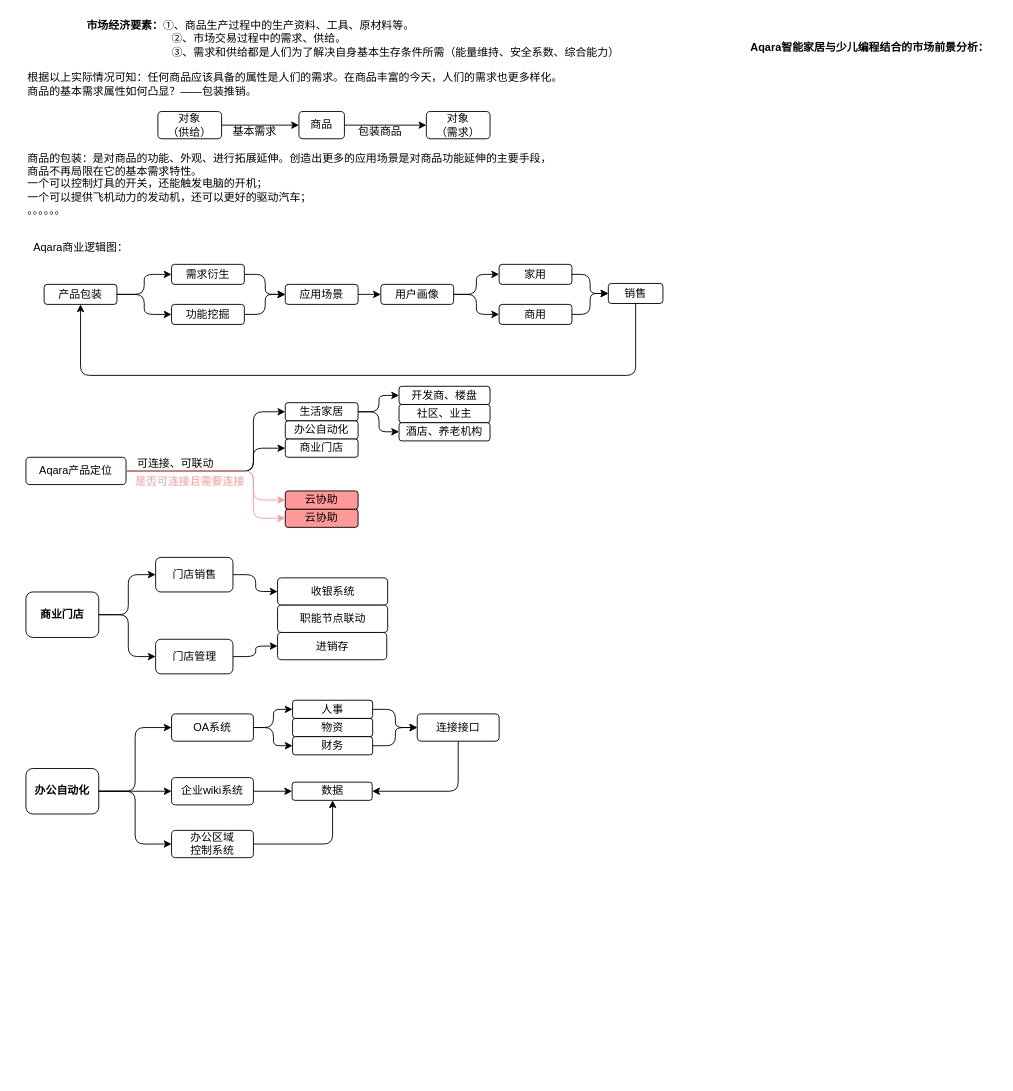
This is Aqara商业逻辑.drawio from UTOUUCENTER-CD/Adv-Mathematics, a draw.io file, before an edit. Source tidied: cells renumbered, new cells numbered last; positions are measured from the earlier drawing's top-left corner, leaving out a move shared by most shapes. Both pictures are drawn from the tidied source at 91%, with x=0, y=0 at pixel (0, 15).
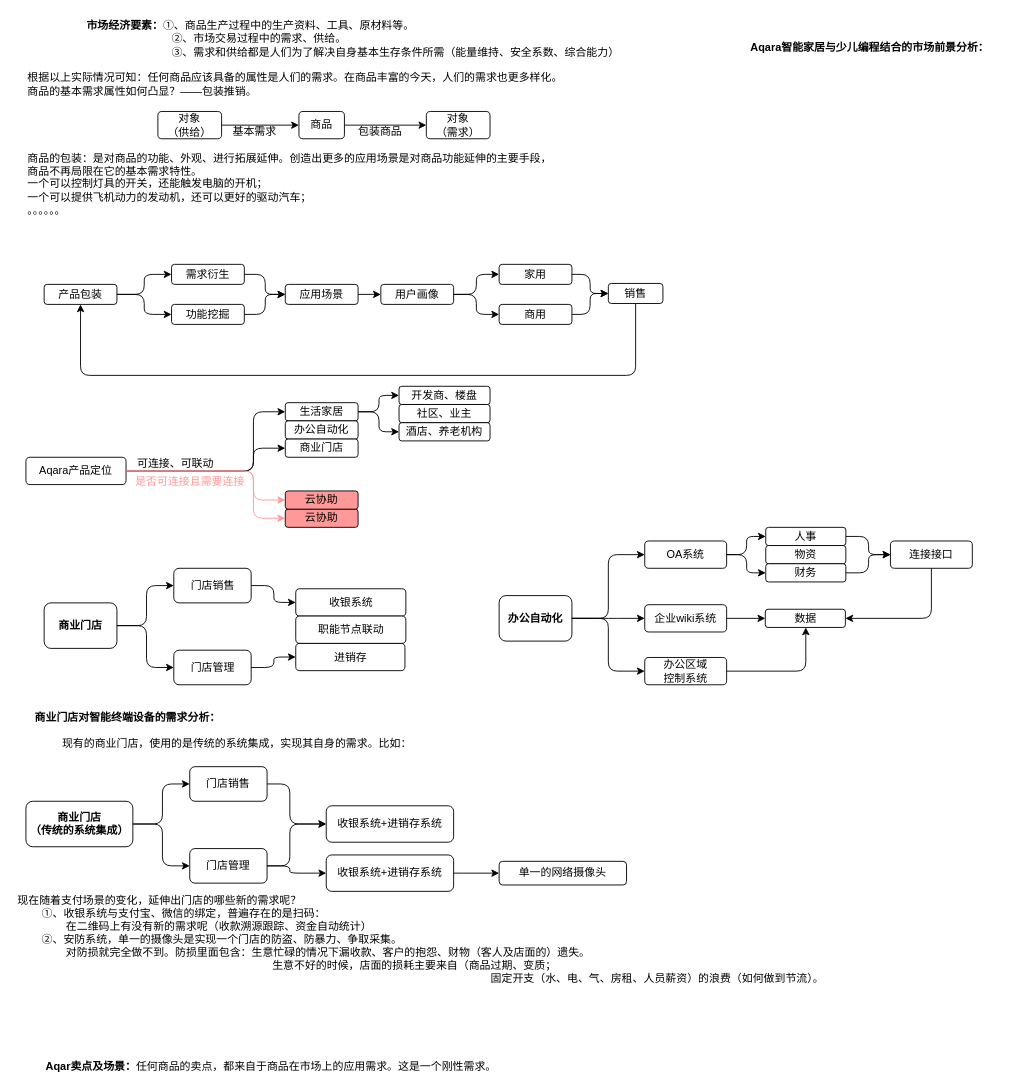
Above is the later version.

Change to the diagram source:
```diff
@@
     <mxCell id="6" value="&lt;b&gt;商业门店&lt;/b&gt;" style="rounded=1;whiteSpace=wrap;html=1;" parent="1" vertex="1">
-      <mxGeometry x="28" y="633" width="80" height="50" as="geometry" />
+      <mxGeometry x="48" y="645" width="80" height="50" as="geometry" />
     </mxCell>
     <mxCell id="7" value="收银系统" style="rounded=1;whiteSpace=wrap;html=1;" parent="1" vertex="1">
-      <mxGeometry x="304.5" y="617.5" width="121" height="30" as="geometry" />
+      <mxGeometry x="324.5" y="629.5" width="121" height="30" as="geometry" />
     </mxCell>
@@
     <mxCell id="18" value="门店销售" style="rounded=1;whiteSpace=wrap;html=1;" parent="1" vertex="1">
-      <mxGeometry x="170.5" y="595" width="85" height="38" as="geometry" />
+      <mxGeometry x="190.5" y="607" width="85" height="38" as="geometry" />
     </mxCell>
     <mxCell id="19" value="门店管理" style="rounded=1;whiteSpace=wrap;html=1;" parent="1" vertex="1">
-      <mxGeometry x="170.5" y="685" width="85" height="38" as="geometry" />
+      <mxGeometry x="190.5" y="697" width="85" height="38" as="geometry" />
     </mxCell>
     <mxCell id="20" value="进销存" style="rounded=1;whiteSpace=wrap;html=1;" parent="1" vertex="1">
-      <mxGeometry x="304.5" y="677.5" width="120" height="30" as="geometry" />
+      <mxGeometry x="324.5" y="689.5" width="120" height="30" as="geometry" />
     </mxCell>
     <mxCell id="21" value="职能节点联动" style="rounded=1;whiteSpace=wrap;html=1;" parent="1" vertex="1">
-      <mxGeometry x="304.5" y="647.5" width="121" height="30" as="geometry" />
+      <mxGeometry x="324.5" y="659.5" width="121" height="30" as="geometry" />
     </mxCell>
-    <mxCell id="22" value="Aqara商业逻辑图：&lt;br&gt;" style="text;html=1;align=center;verticalAlign=middle;" parent="1" vertex="1">
-      <mxGeometry x="28" y="245" width="120" height="20" as="geometry" />
+    <mxCell id="22" value="Aqar卖点及场景：&lt;span style=&quot;font-weight: normal&quot;&gt;任何商品的卖点，都来自于商品在市场上的应用需求。这是一个刚性需求。&lt;/span&gt;" style="text;html=1;align=left;verticalAlign=middle;fontStyle=1;" parent="1" vertex="1">
+      <mxGeometry x="48" y="1145" width="510" height="20" as="geometry" />
     </mxCell>
@@
     <mxCell id="50" style="edgeStyle=elbowEdgeStyle;elbow=horizontal;endArrow=classic;html=1;exitX=1;exitY=0.5;exitDx=0;exitDy=0;entryX=0;entryY=0.5;entryDx=0;entryDy=0;" parent="1" edge="1" source="6" target="18">
       <mxGeometry relative="1" as="geometry">
         <Array as="points">
-          <mxPoint x="140.5" y="645" />
-          <mxPoint x="30.5" y="445" />
-          <mxPoint x="0.5" y="435" />
+          <mxPoint x="160.5" y="657" />
+          <mxPoint x="50.5" y="457" />
+          <mxPoint x="20.5" y="447" />
         </Array>
       </mxGeometry>
     </mxCell>
     <mxCell id="51" style="edgeStyle=elbowEdgeStyle;elbow=horizontal;endArrow=classic;html=1;exitX=1;exitY=0.5;exitDx=0;exitDy=0;entryX=0;entryY=0.5;entryDx=0;entryDy=0;" parent="1" edge="1" source="6" target="19">
       <mxGeometry relative="1" as="geometry">
         <Array as="points">
-          <mxPoint x="140.5" y="675" />
-          <mxPoint x="40.5" y="455" />
-          <mxPoint x="10.5" y="445" />
+          <mxPoint x="160.5" y="687" />
+          <mxPoint x="60.5" y="467" />
+          <mxPoint x="30.5" y="457" />
         </Array>
       </mxGeometry>
     </mxCell>
     <mxCell id="52" style="edgeStyle=elbowEdgeStyle;elbow=horizontal;endArrow=classic;html=1;exitX=1;exitY=0.5;exitDx=0;exitDy=0;entryX=0;entryY=0.5;entryDx=0;entryDy=0;" parent="1" edge="1" source="18" target="7">
       <mxGeometry relative="1" as="geometry">
         <Array as="points">
-          <mxPoint x="280.5" y="614" />
-          <mxPoint x="50.5" y="465" />
-          <mxPoint x="20.5" y="455" />
+          <mxPoint x="300.5" y="626" />
+          <mxPoint x="70.5" y="477" />
+          <mxPoint x="40.5" y="467" />
         </Array>
       </mxGeometry>
     </mxCell>
     <mxCell id="53" style="edgeStyle=elbowEdgeStyle;elbow=horizontal;endArrow=classic;html=1;exitX=1;exitY=0.5;exitDx=0;exitDy=0;entryX=0;entryY=0.5;entryDx=0;entryDy=0;" parent="1" edge="1" source="19" target="20">
       <mxGeometry relative="1" as="geometry">
         <Array as="points">
-          <mxPoint x="280.5" y="704" />
-          <mxPoint x="170.5" y="675" />
-          <mxPoint x="60.5" y="475" />
-          <mxPoint x="30.5" y="465" />
+          <mxPoint x="300.5" y="716" />
+          <mxPoint x="190.5" y="687" />
+          <mxPoint x="80.5" y="487" />
+          <mxPoint x="50.5" y="477" />
         </Array>
       </mxGeometry>
     </mxCell>
     <mxCell id="54" value="&lt;b&gt;办公自动化&lt;/b&gt;" style="rounded=1;whiteSpace=wrap;html=1;" parent="1" vertex="1">
-      <mxGeometry x="28" y="827" width="80" height="50" as="geometry" />
+      <mxGeometry x="548" y="637" width="80" height="50" as="geometry" />
     </mxCell>
     <mxCell id="55" value="OA系统" style="rounded=1;whiteSpace=wrap;html=1;" parent="1" vertex="1">
-      <mxGeometry x="188" y="767" width="90" height="30" as="geometry" />
+      <mxGeometry x="708" y="577" width="90" height="30" as="geometry" />
     </mxCell>
@@
     <mxCell id="57" value="企业wiki系统" style="rounded=1;whiteSpace=wrap;html=1;" parent="1" vertex="1">
-      <mxGeometry x="188" y="837" width="90" height="30" as="geometry" />
+      <mxGeometry x="708" y="647" width="90" height="30" as="geometry" />
     </mxCell>
     <mxCell id="58" value="办公区域&lt;br&gt;控制系统" style="rounded=1;whiteSpace=wrap;html=1;" parent="1" vertex="1">
-      <mxGeometry x="188" y="895" width="90" height="30" as="geometry" />
+      <mxGeometry x="708" y="705" width="90" height="30" as="geometry" />
     </mxCell>
     <mxCell id="59" value="人事" style="rounded=1;whiteSpace=wrap;html=1;" parent="1" vertex="1">
-      <mxGeometry x="321" y="752" width="88" height="20" as="geometry" />
+      <mxGeometry x="841" y="562" width="88" height="20" as="geometry" />
     </mxCell>
     <mxCell id="60" value="物资" style="rounded=1;whiteSpace=wrap;html=1;" parent="1" vertex="1">
-      <mxGeometry x="321" y="772" width="88" height="20" as="geometry" />
+      <mxGeometry x="841" y="582" width="88" height="20" as="geometry" />
     </mxCell>
     <mxCell id="61" value="财务" style="rounded=1;whiteSpace=wrap;html=1;" parent="1" vertex="1">
-      <mxGeometry x="321" y="792" width="88" height="20" as="geometry" />
+      <mxGeometry x="841" y="602" width="88" height="20" as="geometry" />
     </mxCell>
     <mxCell id="62" value="数据" style="rounded=1;whiteSpace=wrap;html=1;" parent="1" vertex="1">
-      <mxGeometry x="320.5" y="842" width="88" height="20" as="geometry" />
+      <mxGeometry x="840.5" y="652" width="88" height="20" as="geometry" />
     </mxCell>
@@
     <mxCell id="69" value="连接接口" style="rounded=1;whiteSpace=wrap;html=1;" parent="1" vertex="1">
-      <mxGeometry x="458" y="767" width="90" height="30" as="geometry" />
+      <mxGeometry x="978" y="577" width="90" height="30" as="geometry" />
     </mxCell>
     <mxCell id="70" style="edgeStyle=elbowEdgeStyle;elbow=horizontal;endArrow=classic;html=1;exitX=0.5;exitY=1;exitDx=0;exitDy=0;entryX=1;entryY=0.5;entryDx=0;entryDy=0;" parent="1" edge="1" source="69" target="62">
       <mxGeometry relative="1" as="geometry">
         <Array as="points">
-          <mxPoint x="503" y="815" />
+          <mxPoint x="1023" y="625" />
         </Array>
       </mxGeometry>
     </mxCell>
     <mxCell id="71" style="edgeStyle=elbowEdgeStyle;elbow=horizontal;endArrow=classic;html=1;exitX=1;exitY=0.5;exitDx=0;exitDy=0;" parent="1" edge="1" source="58">
       <mxGeometry relative="1" as="geometry">
-        <mxPoint x="365" y="862" as="targetPoint" />
+        <mxPoint x="885" y="672" as="targetPoint" />
         <Array as="points">
-          <mxPoint x="365" y="895" />
+          <mxPoint x="885" y="705" />
         </Array>
       </mxGeometry>
     </mxCell>
@@
+    <mxCell id="78" value="&lt;b&gt;商业门店对智能终端设备的需求分析：&lt;/b&gt;&lt;br&gt;&lt;br&gt;&amp;nbsp; &amp;nbsp; &amp;nbsp; &amp;nbsp; &amp;nbsp;现有的商业门店，使用的是传统的系统集成，实现其自身的需求。比如：" style="text;html=1;align=left;verticalAlign=middle;" parent="1" vertex="1">
+      <mxGeometry x="35.5" y="760" width="430" height="50" as="geometry" />
+    </mxCell>
+    <mxCell id="79" value="收银系统+进销存系统" style="rounded=1;whiteSpace=wrap;html=1;" parent="1" vertex="1">
+      <mxGeometry x="358" y="868" width="140" height="40" as="geometry" />
+    </mxCell>
+    <mxCell id="80" value="&lt;b&gt;商业门店&lt;br&gt;（传统的系统集成）&lt;br&gt;&lt;/b&gt;" style="rounded=1;whiteSpace=wrap;html=1;" parent="1" vertex="1">
+      <mxGeometry x="28" y="863" width="117.5" height="50" as="geometry" />
+    </mxCell>
+    <mxCell id="81" value="门店销售" style="rounded=1;whiteSpace=wrap;html=1;" parent="1" vertex="1">
+      <mxGeometry x="208" y="825" width="85" height="38" as="geometry" />
+    </mxCell>
+    <mxCell id="82" value="门店管理" style="rounded=1;whiteSpace=wrap;html=1;" parent="1" vertex="1">
+      <mxGeometry x="208" y="915" width="85" height="38" as="geometry" />
+    </mxCell>
+    <mxCell id="83" style="edgeStyle=elbowEdgeStyle;elbow=horizontal;endArrow=classic;html=1;exitX=1;exitY=0.5;exitDx=0;exitDy=0;entryX=0;entryY=0.5;entryDx=0;entryDy=0;" parent="1" edge="1" source="80" target="81">
+      <mxGeometry relative="1" as="geometry">
+        <Array as="points">
+          <mxPoint x="178" y="875" />
+          <mxPoint x="68" y="675" />
+          <mxPoint x="38" y="665" />
+        </Array>
+      </mxGeometry>
+    </mxCell>
+    <mxCell id="84" style="edgeStyle=elbowEdgeStyle;elbow=horizontal;endArrow=classic;html=1;exitX=1;exitY=0.5;exitDx=0;exitDy=0;entryX=0;entryY=0.5;entryDx=0;entryDy=0;" parent="1" edge="1" source="80" target="82">
+      <mxGeometry relative="1" as="geometry">
+        <Array as="points">
+          <mxPoint x="178" y="905" />
+          <mxPoint x="78" y="685" />
+          <mxPoint x="48" y="675" />
+        </Array>
+      </mxGeometry>
+    </mxCell>
+    <mxCell id="85" style="edgeStyle=elbowEdgeStyle;elbow=horizontal;endArrow=classic;html=1;exitX=1;exitY=0.5;exitDx=0;exitDy=0;entryX=0;entryY=0.5;entryDx=0;entryDy=0;" parent="1" edge="1" source="81" target="79">
+      <mxGeometry relative="1" as="geometry">
+        <Array as="points">
+          <mxPoint x="318" y="844" />
+          <mxPoint x="88" y="695" />
+          <mxPoint x="58" y="685" />
+        </Array>
+      </mxGeometry>
+    </mxCell>
+    <mxCell id="86" style="edgeStyle=elbowEdgeStyle;elbow=horizontal;endArrow=classic;html=1;exitX=1;exitY=0.5;exitDx=0;exitDy=0;entryX=0;entryY=0.5;entryDx=0;entryDy=0;" parent="1" edge="1" source="82" target="79">
+      <mxGeometry relative="1" as="geometry">
+        <Array as="points">
+          <mxPoint x="318" y="934" />
+          <mxPoint x="208" y="905" />
+          <mxPoint x="98" y="705" />
+          <mxPoint x="68" y="695" />
+        </Array>
+      </mxGeometry>
+    </mxCell>
+    <mxCell id="87" value="单一的网络摄像头" style="rounded=1;whiteSpace=wrap;html=1;" parent="1" vertex="1">
+      <mxGeometry x="548" y="929" width="140" height="26" as="geometry" />
+    </mxCell>
+    <mxCell id="88" value="收银系统+进销存系统" style="rounded=1;whiteSpace=wrap;html=1;" parent="1" vertex="1">
+      <mxGeometry x="358" y="922" width="140" height="40" as="geometry" />
+    </mxCell>
+    <mxCell id="89" style="edgeStyle=elbowEdgeStyle;elbow=horizontal;endArrow=classic;html=1;exitX=1;exitY=0.5;exitDx=0;exitDy=0;entryX=0;entryY=0.5;entryDx=0;entryDy=0;" parent="1" edge="1" source="82" target="88">
+      <mxGeometry relative="1" as="geometry">
+        <Array as="points">
+          <mxPoint x="318" y="935" />
+          <mxPoint x="88" y="695" />
+          <mxPoint x="58" y="685" />
+        </Array>
+      </mxGeometry>
+    </mxCell>
+    <mxCell id="90" style="edgeStyle=elbowEdgeStyle;elbow=horizontal;endArrow=classic;html=1;entryX=0;entryY=0.5;entryDx=0;entryDy=0;exitX=1;exitY=0.5;exitDx=0;exitDy=0;" parent="1" edge="1" source="88" target="87">
+      <mxGeometry relative="1" as="geometry">
+        <Array as="points">
+          <mxPoint x="518" y="942" />
+          <mxPoint x="98" y="705" />
+          <mxPoint x="68" y="695" />
+        </Array>
+      </mxGeometry>
+    </mxCell>
+    <mxCell id="91" value="现在随着支付场景的变化，延伸出门店的哪些新的需求呢？&lt;br&gt;&amp;nbsp; &amp;nbsp; &amp;nbsp; &amp;nbsp; ①、收银系统与支付宝、微信的绑定，普遍存在的是扫码：&lt;br&gt;&amp;nbsp; &amp;nbsp; &amp;nbsp; &amp;nbsp; &amp;nbsp; &amp;nbsp; &amp;nbsp; &amp;nbsp; 在二维码上有没有新的需求呢（收款溯源跟踪、资金自动统计）&lt;br&gt;&amp;nbsp; &amp;nbsp; &amp;nbsp; &amp;nbsp; ②、安防系统，单一的摄像头是实现一个门店的防盗、防暴力、争取采集。&lt;br&gt;&amp;nbsp; &amp;nbsp; &amp;nbsp; &amp;nbsp; &amp;nbsp; &amp;nbsp; &amp;nbsp; &amp;nbsp; 对防损就完全做不到。防损里面包含：生意忙碌的情况下漏收款、客户的抱怨、财物（客人及店面的）遗失。&lt;br&gt;&amp;nbsp; &amp;nbsp; &amp;nbsp; &amp;nbsp; &amp;nbsp; &amp;nbsp; &amp;nbsp; &amp;nbsp; &amp;nbsp; &amp;nbsp; &amp;nbsp; &amp;nbsp; &amp;nbsp; &amp;nbsp; &amp;nbsp; &amp;nbsp; &amp;nbsp; &amp;nbsp; &amp;nbsp; &amp;nbsp; &amp;nbsp; &amp;nbsp; &amp;nbsp; &amp;nbsp; &amp;nbsp; &amp;nbsp; &amp;nbsp; &amp;nbsp; &amp;nbsp; &amp;nbsp; &amp;nbsp; &amp;nbsp; &amp;nbsp; &amp;nbsp; &amp;nbsp; &amp;nbsp; &amp;nbsp; &amp;nbsp; &amp;nbsp; &amp;nbsp; &amp;nbsp; &amp;nbsp; 生意不好的时候，店面的损耗主要来自（商品过期、变质；&lt;br&gt;&amp;nbsp; &amp;nbsp; &amp;nbsp; &amp;nbsp; &amp;nbsp; &amp;nbsp; &amp;nbsp; &amp;nbsp; &amp;nbsp; &amp;nbsp; &amp;nbsp; &amp;nbsp; &amp;nbsp; &amp;nbsp; &amp;nbsp; &amp;nbsp; &amp;nbsp; &amp;nbsp; &amp;nbsp; &amp;nbsp; &amp;nbsp; &amp;nbsp; &amp;nbsp; &amp;nbsp; &amp;nbsp; &amp;nbsp; &amp;nbsp; &amp;nbsp; &amp;nbsp; &amp;nbsp; &amp;nbsp; &amp;nbsp; &amp;nbsp; &amp;nbsp; &amp;nbsp; &amp;nbsp; &amp;nbsp; &amp;nbsp; &amp;nbsp; &amp;nbsp; &amp;nbsp; &amp;nbsp; &amp;nbsp; &amp;nbsp; &amp;nbsp; &amp;nbsp; &amp;nbsp; &amp;nbsp; &amp;nbsp; &amp;nbsp; &amp;nbsp; &amp;nbsp; &amp;nbsp; &amp;nbsp; &amp;nbsp; &amp;nbsp; &amp;nbsp; &amp;nbsp; &amp;nbsp; &amp;nbsp; &amp;nbsp; &amp;nbsp; &amp;nbsp; &amp;nbsp; &amp;nbsp; &amp;nbsp; &amp;nbsp; &amp;nbsp; &amp;nbsp; &amp;nbsp; &amp;nbsp; &amp;nbsp; &amp;nbsp; &amp;nbsp; &amp;nbsp; &amp;nbsp; &amp;nbsp; &amp;nbsp; 固定开支（水、电、气、房租、人员薪资）的浪费（如何做到节流）。" style="text;html=1;align=left;verticalAlign=middle;" parent="1" vertex="1">
+      <mxGeometry x="17" y="965" width="860" height="100" as="geometry" />
+    </mxCell>
```
